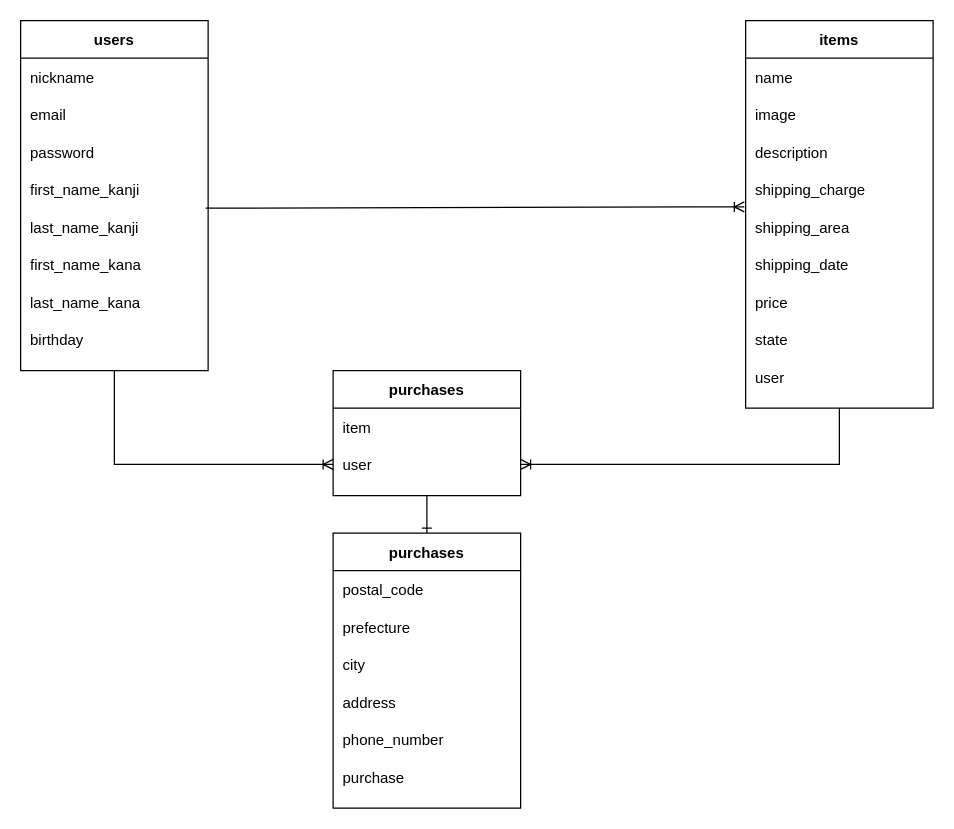
Above: er.dio in joota34256/furima-34256 (draw.io), before the change. Source tidied: cells renumbered, new cells numbered last; positions are measured from the earlier drawing's top-left corner, leaving out a move shared by most shapes. Both pictures are drawn from the tidied source at 125%, with x=0, y=0 at pixel (20, 20).
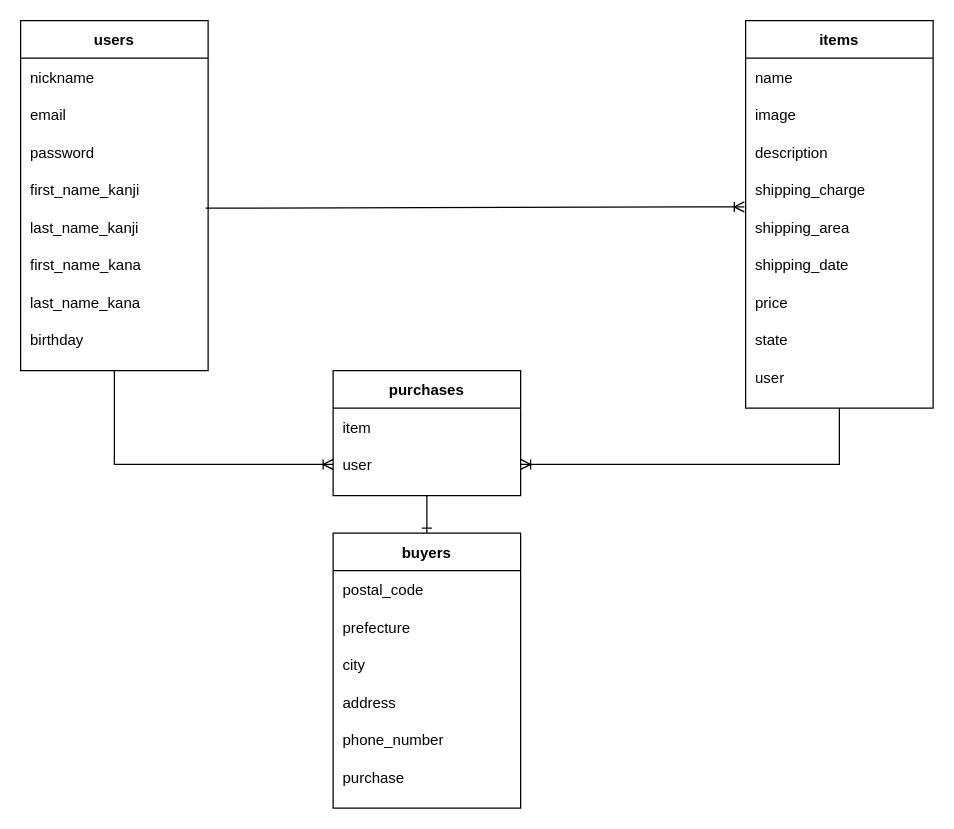
The same page after the edit.

What changed in the source:
```diff
@@
-    <mxCell id="46" value="purchases" style="shape=table;startSize=30;childLayout=tableLayout;rowLines=0;fontStyle=1;align=center;" parent="1" vertex="1">
+    <mxCell id="46" value="buyers" style="shape=table;startSize=30;childLayout=tableLayout;rowLines=0;fontStyle=1;align=center;" parent="1" vertex="1">
       <mxGeometry x="250" y="410" width="150" height="220" as="geometry" />
     </mxCell>
```
